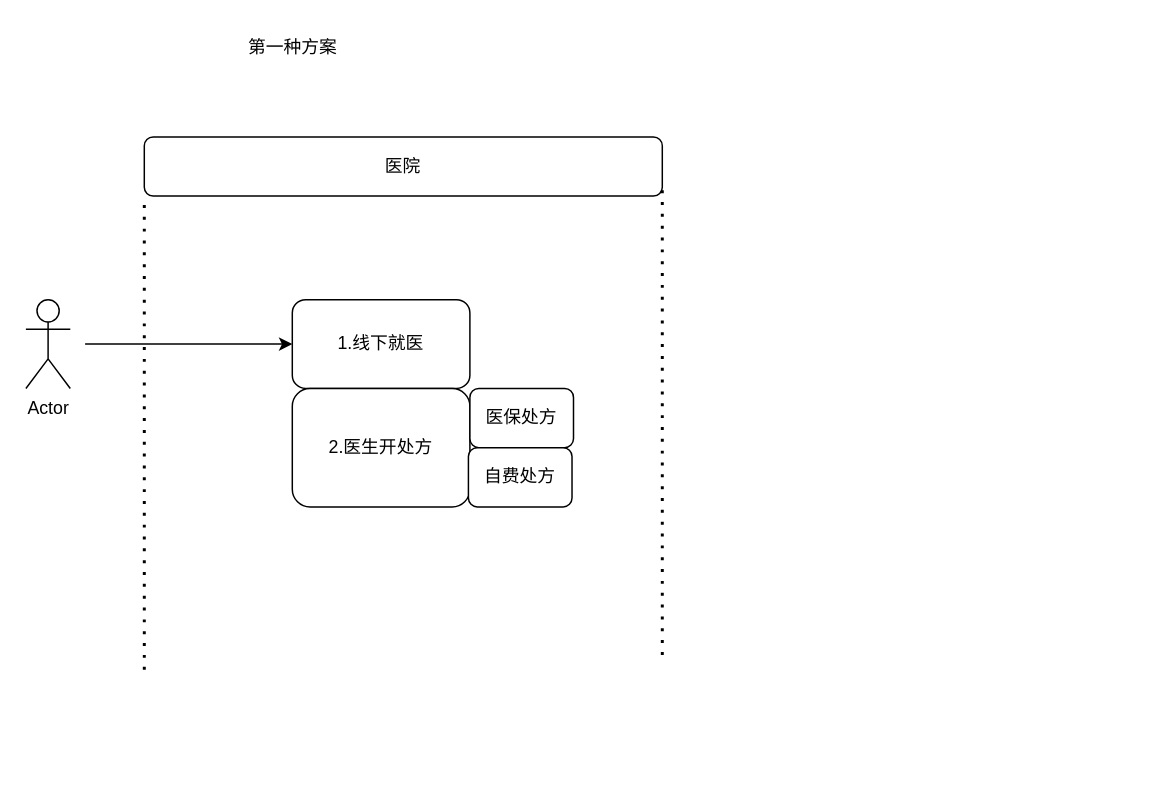
yangyutf/jeinkins keeps this draw.io diagram as 未命名绘图.drawio. Above is the earlier version. Source tidied: cells renumbered, new cells numbered last; positions are measured from the earlier drawing's top-left corner, leaving out a move shared by most shapes. Both pictures are drawn from the tidied source at 148%, with x=0, y=0 at pixel (25, 25).
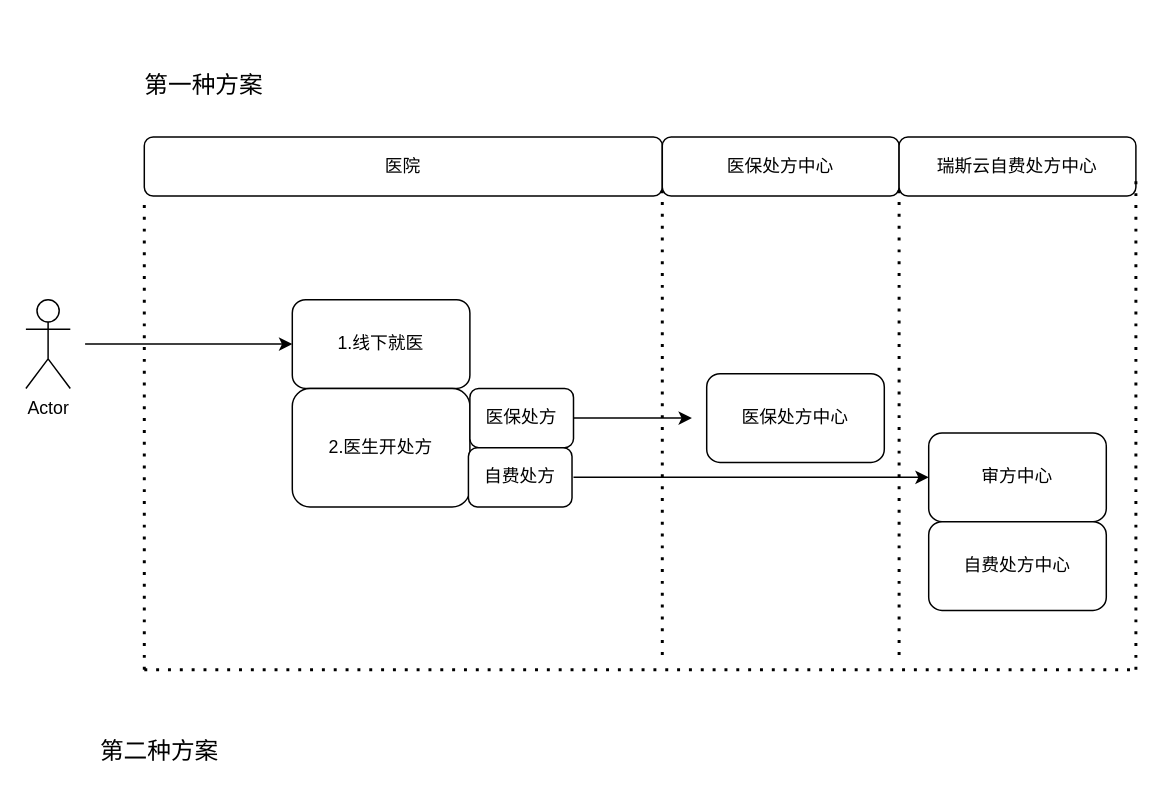
The same page after the edit.

Commit message (it also covers changes not shown here):
更新未命名绘图.drawio

The change refers to these unchanged cells:
```xml
<mxCell id="10" value="医保处方" style="rounded=1;whiteSpace=wrap;html=1;" parent="1" vertex="1">
  <mxGeometry x="300" y="245" width="70" height="40" as="geometry" />
</mxCell>
```

Diff of the diagram source:
```diff
@@
-    <mxCell id="3" value="第一种方案" style="text;html=1;align=center;verticalAlign=middle;strokeColor=none;fillColor=none;" parent="1" vertex="1">
-      <mxGeometry x="140" width="80" height="30" as="geometry" />
+    <mxCell id="3" value="&lt;font style=&quot;font-size: 16px;&quot;&gt;第一种方案&lt;/font&gt;" style="text;html=1;align=center;verticalAlign=middle;strokeColor=none;fillColor=none;" parent="1" vertex="1">
+      <mxGeometry x="70" y="25" width="100" height="30" as="geometry" />
     </mxCell>
@@
+    <mxCell id="12" value="医保处方中心" style="rounded=1;whiteSpace=wrap;html=1;" parent="1" vertex="1">
+      <mxGeometry x="430" y="75" width="160" height="40" as="geometry" />
+    </mxCell>
+    <mxCell id="13" value="瑞斯云自费处方中心" style="rounded=1;whiteSpace=wrap;html=1;" parent="1" vertex="1">
+      <mxGeometry x="590" y="75" width="160" height="40" as="geometry" />
+    </mxCell>
+    <mxCell id="14" style="endArrow=none;dashed=1;html=1;dashPattern=1 3;strokeWidth=2;rounded=0;entryX=0;entryY=1;entryDx=0;entryDy=0;" parent="1" edge="1">
+      <mxGeometry relative="1" as="geometry">
+        <mxPoint x="590" y="425" as="sourcePoint" />
+        <mxPoint x="590" y="105" as="targetPoint" />
+      </mxGeometry>
+    </mxCell>
+    <mxCell id="15" value="医保处方中心" style="rounded=1;whiteSpace=wrap;html=1;" parent="1" vertex="1">
+      <mxGeometry x="460" y="235" width="120" height="60" as="geometry" />
+    </mxCell>
+    <mxCell id="16" style="endArrow=classic;html=1;rounded=0;exitX=1;exitY=0.5;exitDx=0;exitDy=0;" parent="1" edge="1" source="10">
+      <mxGeometry relative="1" as="geometry">
+        <mxPoint x="450" y="265" as="targetPoint" />
+      </mxGeometry>
+    </mxCell>
+    <mxCell id="17" value="审方中心" style="rounded=1;whiteSpace=wrap;html=1;" parent="1" vertex="1">
+      <mxGeometry x="610" y="275" width="120" height="60" as="geometry" />
+    </mxCell>
+    <mxCell id="18" style="endArrow=none;dashed=1;html=1;dashPattern=1 3;strokeWidth=2;rounded=0;entryX=0;entryY=1;entryDx=0;entryDy=0;" parent="1" edge="1">
+      <mxGeometry relative="1" as="geometry">
+        <mxPoint x="750" y="435" as="sourcePoint" />
+        <mxPoint x="750" y="105" as="targetPoint" />
+      </mxGeometry>
+    </mxCell>
+    <mxCell id="19" style="endArrow=classic;html=1;rounded=0;" parent="1" edge="1">
+      <mxGeometry relative="1" as="geometry">
+        <mxPoint x="370" y="305" as="sourcePoint" />
+        <mxPoint x="610" y="305" as="targetPoint" />
+      </mxGeometry>
+    </mxCell>
+    <mxCell id="20" style="endArrow=none;dashed=1;html=1;dashPattern=1 3;strokeWidth=2;rounded=0;" parent="1" edge="1">
+      <mxGeometry relative="1" as="geometry">
+        <mxPoint x="80" y="435" as="sourcePoint" />
+        <mxPoint x="750" y="435" as="targetPoint" />
+      </mxGeometry>
+    </mxCell>
+    <mxCell id="21" value="自费处方中心" style="rounded=1;whiteSpace=wrap;html=1;" parent="1" vertex="1">
+      <mxGeometry x="610" y="335" width="120" height="60" as="geometry" />
+    </mxCell>
+    <mxCell id="22" value="&lt;font style=&quot;font-size: 16px;&quot;&gt;第二种方案&lt;/font&gt;" style="text;html=1;align=center;verticalAlign=middle;strokeColor=none;fillColor=none;" parent="1" vertex="1">
+      <mxGeometry x="40" y="475" width="100" height="30" as="geometry" />
+    </mxCell>
```
